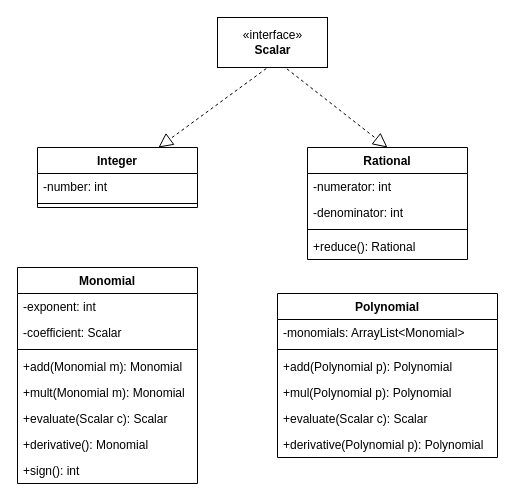
shaun-Hub-star/OOP1 keeps this draw.io diagram as uml.drawio. Above is the earlier version. Source tidied: cells renumbered, new cells numbered last; positions are measured from the earlier drawing's top-left corner, leaving out a move shared by most shapes. Both pictures are drawn from the tidied source at 100%, with x=0, y=0 at pixel (17, 17).
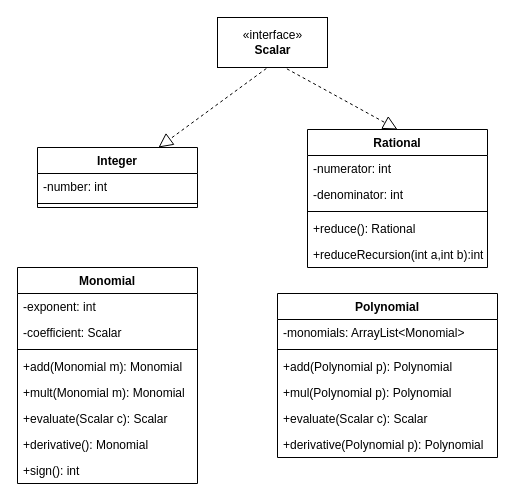
The same page after the edit.

The edit, as a diff of the source:
```diff
@@
     <mxCell id="3" value="Rational" style="swimlane;fontStyle=1;align=center;verticalAlign=top;horizontal=1;startSize=26;" parent="1" vertex="1">
-      <mxGeometry x="290" y="130" width="160" height="112" as="geometry" />
+      <mxGeometry x="290" y="112" width="180" height="138" as="geometry" />
     </mxCell>
     <mxCell id="4" value="-numerator: int" style="text;strokeColor=none;fillColor=none;align=left;verticalAlign=top;spacingLeft=4;spacingRight=4;overflow=hidden;" parent="3" vertex="1">
-      <mxGeometry y="26" width="160" height="26" as="geometry" />
+      <mxGeometry y="26" width="180" height="26" as="geometry" />
     </mxCell>
     <mxCell id="5" value="-denominator: int" style="text;strokeColor=none;fillColor=none;align=left;verticalAlign=top;spacingLeft=4;spacingRight=4;overflow=hidden;" parent="3" vertex="1">
-      <mxGeometry y="52" width="160" height="26" as="geometry" />
+      <mxGeometry y="52" width="180" height="26" as="geometry" />
     </mxCell>
     <mxCell id="6" style="line;strokeWidth=1;fillColor=none;align=left;verticalAlign=middle;spacingTop=-1;spacingLeft=3;spacingRight=3;labelPosition=right;" parent="3" vertex="1">
-      <mxGeometry y="78" width="160" height="8" as="geometry" />
+      <mxGeometry y="78" width="180" height="8" as="geometry" />
     </mxCell>
     <mxCell id="7" value="+reduce(): Rational" style="text;strokeColor=none;fillColor=none;align=left;verticalAlign=top;spacingLeft=4;spacingRight=4;overflow=hidden;" parent="3" vertex="1">
-      <mxGeometry y="86" width="160" height="26" as="geometry" />
+      <mxGeometry y="86" width="180" height="26" as="geometry" />
     </mxCell>
+    <mxCell id="29" value="+reduceRecursion(int a,int b):int" style="text;strokeColor=none;fillColor=none;align=left;verticalAlign=top;spacingLeft=4;spacingRight=4;overflow=hidden;" parent="3" vertex="1">
+      <mxGeometry y="112" width="180" height="26" as="geometry" />
+    </mxCell>
```
